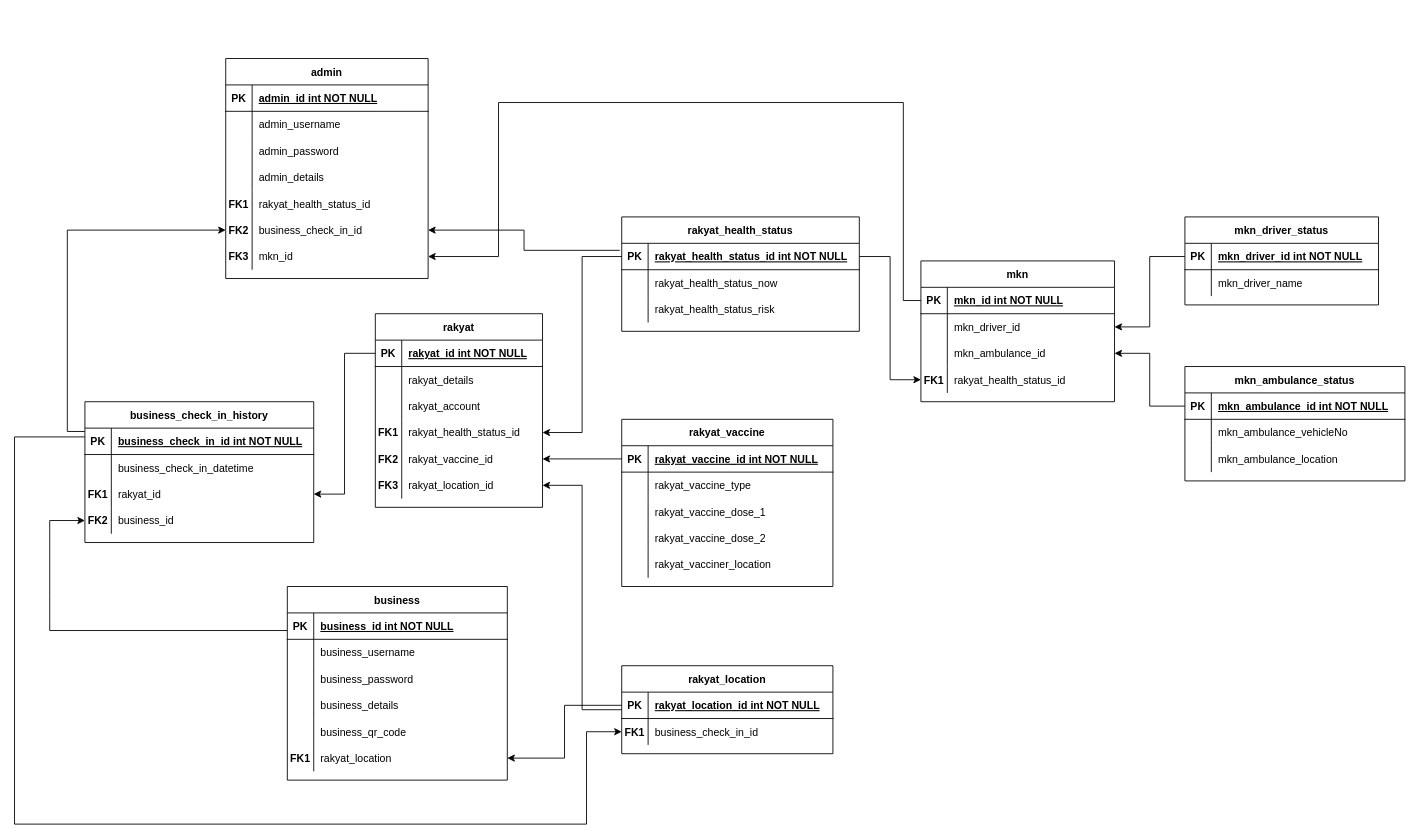
Above: day-3/mysejahtera.drawio in zahinz/SET-Backend (draw.io), before the change. Source tidied: cells renumbered, new cells numbered last; positions are measured from the earlier drawing's top-left corner, leaving out a move shared by most shapes. Both pictures are drawn from the tidied source at 88%, with x=0, y=0 at pixel (14, 58).
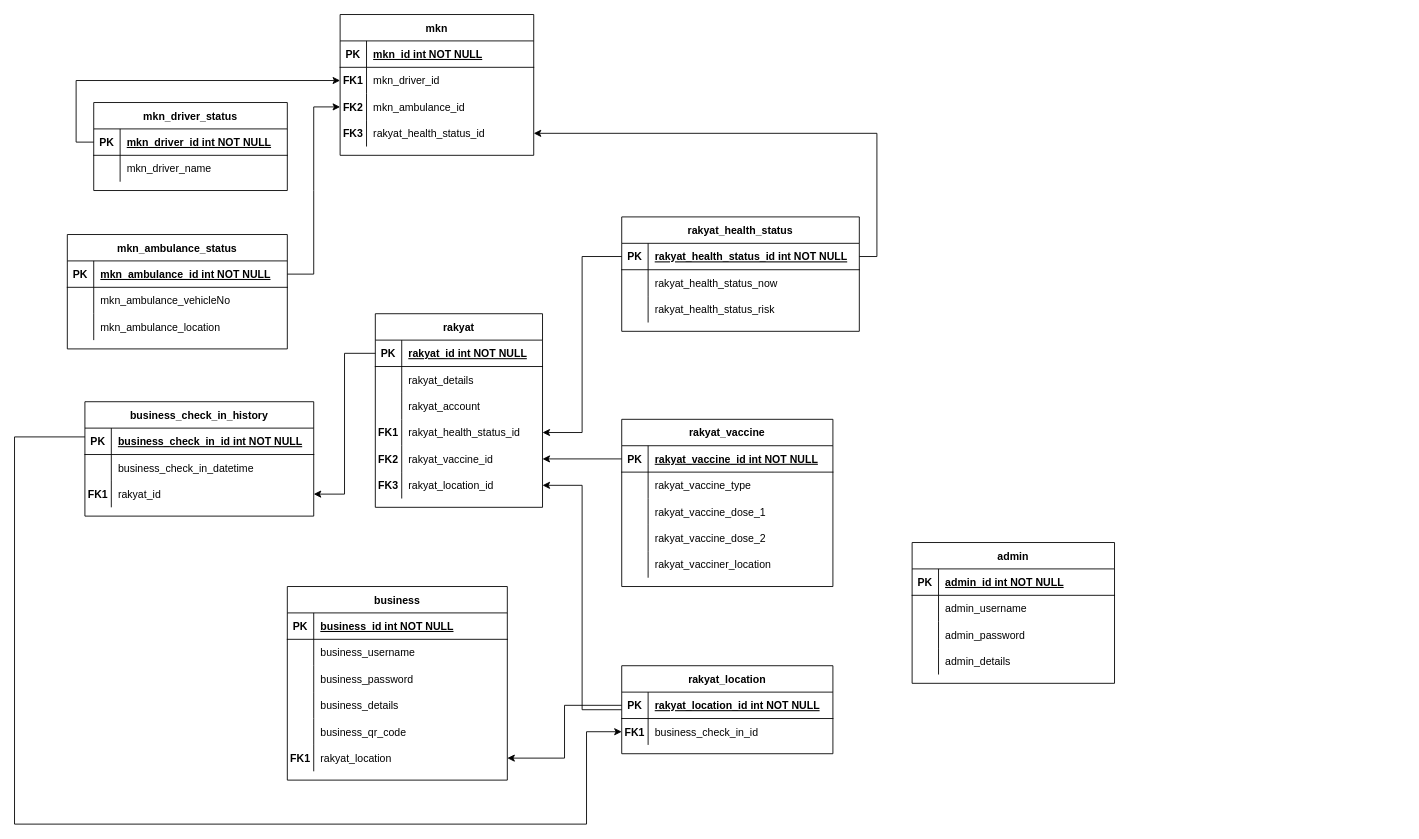
Above is the later version.

Unchanged cells that the change refers to:
```xml
<mxCell id="45" style="shape=partialRectangle;fillColor=none;points=[[0,0.5],[1,0.5]];portConstraint=eastwest;top=0;left=0;right=0;bottom=1;" parent="44" vertex="1">
  <mxGeometry y="30" width="220" height="30" as="geometry" />
</mxCell>
<mxCell id="48" style="shape=partialRectangle;fillColor=none;points=[[0,0.5],[1,0.5]];portConstraint=eastwest;top=0;left=0;right=0;bottom=0;" parent="44" vertex="1">
  <mxGeometry y="60" width="220" height="30" as="geometry" />
</mxCell>
<mxCell id="51" style="shape=partialRectangle;fillColor=none;points=[[0,0.5],[1,0.5]];portConstraint=eastwest;top=0;left=0;right=0;bottom=0;" parent="44" vertex="1">
  <mxGeometry y="90" width="220" height="30" as="geometry" />
</mxCell>
<mxCell id="54" style="shape=partialRectangle;fillColor=none;points=[[0,0.5],[1,0.5]];portConstraint=eastwest;top=0;left=0;right=0;bottom=0;" parent="44" vertex="1">
  <mxGeometry y="120" width="220" height="30" as="geometry" />
</mxCell>
<mxCell id="65" style="shape=partialRectangle;fillColor=none;points=[[0,0.5],[1,0.5]];portConstraint=eastwest;top=0;left=0;right=0;bottom=1;" parent="64" vertex="1">
  <mxGeometry y="30" width="250" height="30" as="geometry" />
</mxCell>
<mxCell id="94" style="shape=partialRectangle;fillColor=none;points=[[0,0.5],[1,0.5]];portConstraint=eastwest;top=0;left=0;right=0;bottom=1;" parent="93" vertex="1">
  <mxGeometry y="30" width="260" height="30" as="geometry" />
</mxCell>
<mxCell id="131" style="shape=partialRectangle;fillColor=none;points=[[0,0.5],[1,0.5]];portConstraint=eastwest;top=0;left=0;right=0;bottom=1;" parent="130" vertex="1">
  <mxGeometry y="30" width="270" height="30" as="geometry" />
</mxCell>
```

Change to the diagram source:
```diff
@@
     <mxCell id="44" value="mkn" style="shape=table;startSize=30;childLayout=tableLayout;rowLines=0;fontStyle=1;align=center;" parent="1" vertex="1">
-      <mxGeometry x="1030" y="230" width="220" height="160" as="geometry" />
+      <mxGeometry x="370" y="-50" width="220" height="160" as="geometry" />
     </mxCell>
@@
-    <mxCell id="49" style="shape=partialRectangle;overflow=hidden;fillColor=none;top=0;left=0;bottom=0;right=0;" parent="48" vertex="1">
+    <mxCell id="49" value="FK1" style="shape=partialRectangle;overflow=hidden;fillColor=none;top=0;left=0;bottom=0;right=0;fontStyle=1;" parent="48" vertex="1">
       <mxGeometry width="30" height="30" as="geometry" />
     </mxCell>
@@
-    <mxCell id="52" style="shape=partialRectangle;overflow=hidden;fillColor=none;top=0;left=0;bottom=0;right=0;" parent="51" vertex="1">
+    <mxCell id="52" value="FK2" style="shape=partialRectangle;overflow=hidden;fillColor=none;top=0;left=0;bottom=0;right=0;fontStyle=1;" parent="51" vertex="1">
       <mxGeometry width="30" height="30" as="geometry" />
     </mxCell>
@@
-    <mxCell id="55" value="FK1" style="shape=partialRectangle;overflow=hidden;fillColor=none;top=0;left=0;bottom=0;right=0;fontStyle=1;" parent="54" vertex="1">
+    <mxCell id="55" value="FK3" style="shape=partialRectangle;overflow=hidden;fillColor=none;top=0;left=0;bottom=0;right=0;fontStyle=1;" parent="54" vertex="1">
       <mxGeometry width="30" height="30" as="geometry" />
     </mxCell>
@@
     <mxCell id="57" value="mkn_driver_status" style="shape=table;startSize=30;childLayout=tableLayout;rowLines=0;fontStyle=1;align=center;" parent="1" vertex="1">
-      <mxGeometry x="1330" y="180" width="220" height="100" as="geometry" />
+      <mxGeometry x="90" y="50" width="220" height="100" as="geometry" />
     </mxCell>
@@
     <mxCell id="64" value="mkn_ambulance_status" style="shape=table;startSize=30;childLayout=tableLayout;rowLines=0;fontStyle=1;align=center;" parent="1" vertex="1">
-      <mxGeometry x="1330" y="350" width="250" height="130" as="geometry" />
+      <mxGeometry x="60" y="200" width="250" height="130" as="geometry" />
     </mxCell>
@@
     <mxCell id="93" value="business_check_in_history" style="shape=table;startSize=30;childLayout=tableLayout;rowLines=0;fontStyle=1;align=center;" parent="1" vertex="1">
-      <mxGeometry x="80" y="390" width="260" height="160" as="geometry" />
+      <mxGeometry x="80" y="390" width="260" height="130" as="geometry" />
     </mxCell>
@@
-    <mxCell id="103" style="shape=partialRectangle;fillColor=none;points=[[0,0.5],[1,0.5]];portConstraint=eastwest;top=0;left=0;right=0;bottom=0;" parent="93" vertex="1">
-      <mxGeometry y="120" width="260" height="30" as="geometry" />
-    </mxCell>
-    <mxCell id="104" value="FK2" style="shape=partialRectangle;overflow=hidden;fillColor=none;top=0;left=0;bottom=0;right=0;fontStyle=1;" parent="103" vertex="1">
-      <mxGeometry width="30" height="30" as="geometry" />
-    </mxCell>
-    <mxCell id="105" value="business_id" style="shape=partialRectangle;overflow=hidden;fillColor=none;top=0;left=0;bottom=0;right=0;align=left;spacingLeft=6;" parent="103" vertex="1">
-      <mxGeometry x="30" width="230" height="30" as="geometry" />
-    </mxCell>
-    <mxCell id="106" style="edgeStyle=orthogonalEdgeStyle;rounded=0;jettySize=auto;html=1;" parent="93" edge="1" target="103">
-      <mxGeometry relative="1" as="geometry">
-        <mxPoint x="230" y="260" as="sourcePoint" />
-        <Array as="points">
-          <mxPoint x="-40" y="260" />
-          <mxPoint x="-40" y="220" />
-          <mxPoint x="-40" y="135" />
-        </Array>
-      </mxGeometry>
-    </mxCell>
     <mxCell id="107" value="admin" style="shape=table;startSize=30;childLayout=tableLayout;rowLines=0;fontStyle=1;align=center;" parent="1" vertex="1">
-      <mxGeometry x="240" width="230" height="250" as="geometry" />
+      <mxGeometry x="1020" y="550" width="230" height="160" as="geometry" />
     </mxCell>
@@
-    <mxCell id="120" style="shape=partialRectangle;fillColor=none;top=0;left=0;right=0;bottom=0;" parent="107" vertex="1">
-      <mxGeometry y="150" width="230" height="30" as="geometry" />
-    </mxCell>
-    <mxCell id="121" value="FK1" style="shape=partialRectangle;overflow=hidden;fillColor=none;top=0;left=0;bottom=0;right=0;fontStyle=1;" parent="120" vertex="1">
-      <mxGeometry width="30" height="30" as="geometry" />
-    </mxCell>
-    <mxCell id="122" value="rakyat_health_status_id" style="shape=partialRectangle;overflow=hidden;fillColor=none;top=0;left=0;bottom=0;right=0;align=left;spacingLeft=6;" parent="120" vertex="1">
-      <mxGeometry x="30" width="200" height="30" as="geometry" />
-    </mxCell>
-    <mxCell id="123" style="shape=partialRectangle;fillColor=none;points=[[0,0.5],[1,0.5]];portConstraint=eastwest;top=0;left=0;right=0;bottom=0;" parent="107" vertex="1">
-      <mxGeometry y="180" width="230" height="30" as="geometry" />
-    </mxCell>
-    <mxCell id="124" value="FK2" style="shape=partialRectangle;overflow=hidden;fillColor=none;top=0;left=0;bottom=0;right=0;fontStyle=1;" parent="123" vertex="1">
-      <mxGeometry width="30" height="30" as="geometry" />
-    </mxCell>
-    <mxCell id="125" value="business_check_in_id" style="shape=partialRectangle;overflow=hidden;fillColor=none;top=0;left=0;bottom=0;right=0;align=left;spacingLeft=6;" parent="123" vertex="1">
-      <mxGeometry x="30" width="200" height="30" as="geometry" />
-    </mxCell>
-    <mxCell id="126" style="shape=partialRectangle;fillColor=none;points=[[0,0.5],[1,0.5]];portConstraint=eastwest;top=0;left=0;right=0;bottom=0;" parent="107" vertex="1">
-      <mxGeometry y="210" width="230" height="30" as="geometry" />
-    </mxCell>
-    <mxCell id="127" value="FK3" style="shape=partialRectangle;overflow=hidden;fillColor=none;top=0;left=0;bottom=0;right=0;fontStyle=1;" parent="126" vertex="1">
-      <mxGeometry width="30" height="30" as="geometry" />
-    </mxCell>
-    <mxCell id="128" value="mkn_id" style="shape=partialRectangle;overflow=hidden;fillColor=none;top=0;left=0;bottom=0;right=0;align=left;spacingLeft=6;" parent="126" vertex="1">
-      <mxGeometry x="30" width="200" height="30" as="geometry" />
-    </mxCell>
@@
-    <mxCell id="141" style="edgeStyle=orthogonalEdgeStyle;rounded=0;jettySize=auto;html=1;exitX=0;exitY=0.5;exitDx=0;exitDy=0;" parent="1" edge="1" source="65" target="51">
-      <mxGeometry relative="1" as="geometry" />
-    </mxCell>
@@
-    <mxCell id="143" style="edgeStyle=orthogonalEdgeStyle;rounded=0;jettySize=auto;html=1;exitX=0;exitY=0.5;exitDx=0;exitDy=0;" parent="1" edge="1" source="45" target="126">
-      <mxGeometry relative="1" as="geometry">
-        <Array as="points">
-          <mxPoint x="1010" y="275" />
-          <mxPoint x="1010" y="50" />
-          <mxPoint x="550" y="50" />
-          <mxPoint x="550" y="225" />
-        </Array>
-      </mxGeometry>
-    </mxCell>
-    <mxCell id="144" style="edgeStyle=elbowEdgeStyle;rounded=0;jettySize=auto;elbow=vertical;html=1;exitX=-0.008;exitY=0.265;exitDx=0;exitDy=0;entryX=1;entryY=0.5;entryDx=0;entryDy=0;exitPerimeter=0;" parent="1" edge="1" source="131" target="123">
-      <mxGeometry relative="1" as="geometry" />
-    </mxCell>
-    <mxCell id="145" style="edgeStyle=orthogonalEdgeStyle;rounded=0;jettySize=auto;html=1;exitX=-0.001;exitY=0.128;exitDx=0;exitDy=0;exitPerimeter=0;" parent="1" edge="1" source="94" target="123">
-      <mxGeometry relative="1" as="geometry" />
-    </mxCell>
@@
+    <mxCell id="141" style="edgeStyle=entityRelationEdgeStyle;rounded=0;jettySize=auto;html=1;entryX=0;entryY=0.5;entryDx=0;entryDy=0;" parent="1" edge="1" source="65" target="51">
+      <mxGeometry relative="1" as="geometry" />
+    </mxCell>
```
